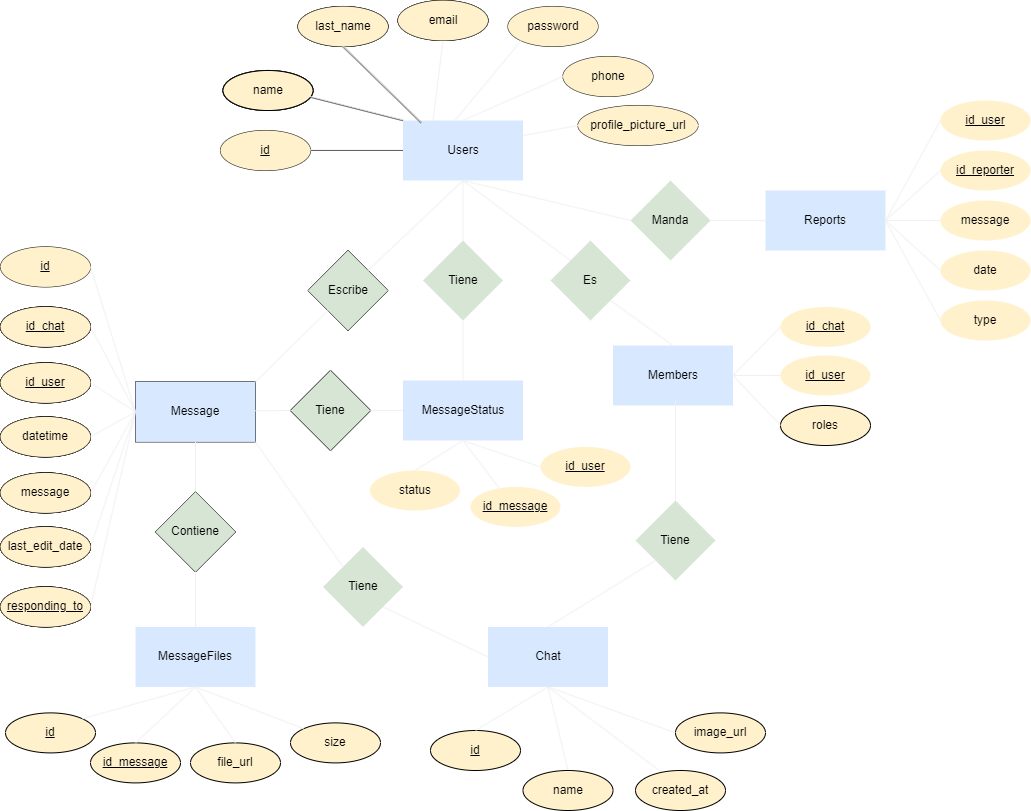
benjahuenchunir/React_Madrid_frontend keeps this draw.io diagram as ER-Model.png. Above is the earlier version. Source tidied: cells renumbered, new cells last; positions are measured from the earlier drawing's top-left corner, leaving out a move shared by most shapes.
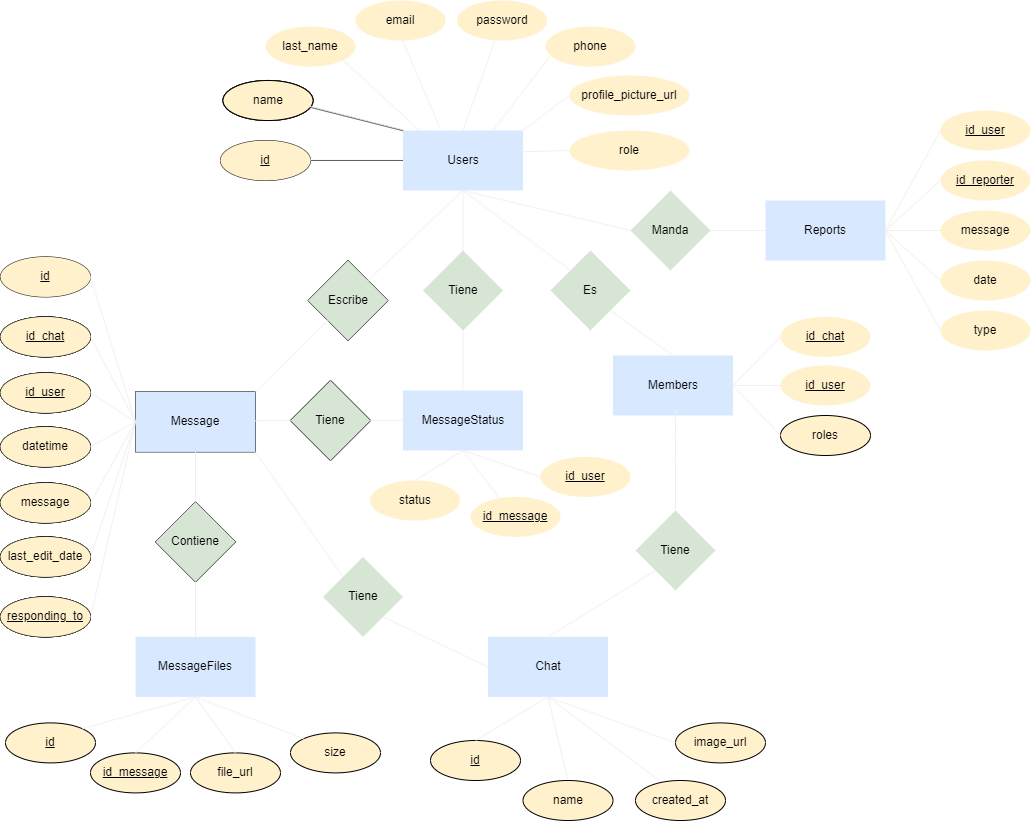
Later version of the same file.

Commit message:
Added user role

What changed in the source:
```diff
@@ -14,16 +14,7 @@
     <mxCell id="5" value="Users" style="rounded=0;whiteSpace=wrap;html=1;fontColor=#000000;fillColor=#D8E8FF;strokeColor=none;" parent="1" vertex="1">
       <mxGeometry x="402.5" y="120" width="120" height="60" as="geometry" />
     </mxCell>
-    <mxCell id="6" value="email" style="ellipse;whiteSpace=wrap;html=1;fontColor=#000000;fillColor=#D7E5D5;" parent="1" vertex="1">
-      <mxGeometry x="397.5" width="90" height="40" as="geometry" />
-    </mxCell>
-    <mxCell id="7" value="password" style="ellipse;whiteSpace=wrap;html=1;fontColor=#000000;fillColor=#D7E5D5;" parent="1" vertex="1">
-      <mxGeometry x="507.5" y="6" width="90" height="40" as="geometry" />
-    </mxCell>
-    <mxCell id="8" value="phone" style="ellipse;whiteSpace=wrap;html=1;fontColor=#000000;fillColor=#D7E5D5;" parent="1" vertex="1">
-      <mxGeometry x="562.5" y="56" width="90" height="40" as="geometry" />
-    </mxCell>
-    <mxCell id="9" style="endArrow=none;html=1;rounded=0;entryX=0.5;entryY=1;entryDx=0;entryDy=0;exitX=0.25;exitY=0;exitDx=0;exitDy=0;fontColor=#000000;strokeColor=#F0F0F0;" parent="1" edge="1" source="5" target="6">
+    <mxCell id="9" style="endArrow=none;html=1;rounded=0;entryX=0.522;entryY=0.99;entryDx=0;entryDy=0;exitX=0.312;exitY=-0.021;exitDx=0;exitDy=0;fontColor=#000000;strokeColor=#F0F0F0;entryPerimeter=0;exitPerimeter=0;" parent="1" edge="1" source="5" target="84">
       <mxGeometry relative="1" as="geometry" />
     </mxCell>
     <mxCell id="10" style="endArrow=none;html=1;rounded=0;entryX=0.944;entryY=0.65;entryDx=0;entryDy=0;exitX=0;exitY=0;exitDx=0;exitDy=0;entryPerimeter=0;fontColor=#000000;" parent="1" edge="1" source="5" target="35">
@@ -32,10 +23,10 @@
     <mxCell id="11" style="endArrow=none;html=1;rounded=0;exitX=1;exitY=0.5;exitDx=0;exitDy=0;entryX=0;entryY=0.5;entryDx=0;entryDy=0;fontColor=#000000;" parent="1" edge="1" source="81" target="5">
       <mxGeometry relative="1" as="geometry" />
     </mxCell>
-    <mxCell id="12" style="endArrow=none;html=1;rounded=0;entryX=0.5;entryY=0;entryDx=0;entryDy=0;exitX=0;exitY=0.5;exitDx=0;exitDy=0;fontColor=#000000;strokeColor=#F0F0F0;" parent="1" edge="1" source="8" target="5">
+    <mxCell id="12" style="endArrow=none;html=1;rounded=0;entryX=0.75;entryY=0;entryDx=0;entryDy=0;exitX=0.043;exitY=0.758;exitDx=0;exitDy=0;fontColor=#000000;strokeColor=#F0F0F0;exitPerimeter=0;" parent="1" edge="1" source="85" target="5">
       <mxGeometry relative="1" as="geometry" />
     </mxCell>
-    <mxCell id="13" style="endArrow=none;html=1;rounded=0;entryX=0;entryY=1;entryDx=0;entryDy=0;exitX=0.425;exitY=0.017;exitDx=0;exitDy=0;exitPerimeter=0;fontColor=#000000;strokeColor=#F0F0F0;" parent="1" edge="1" source="5" target="7">
+    <mxCell id="13" style="endArrow=none;html=1;rounded=0;exitX=0.5;exitY=0;exitDx=0;exitDy=0;fontColor=#000000;strokeColor=#F0F0F0;" parent="1" edge="1" source="5" target="86">
       <mxGeometry relative="1" as="geometry" />
     </mxCell>
     <mxCell id="14" value="Escribe" style="rhombus;whiteSpace=wrap;html=1;fontColor=#000000;fillColor=#D7E5D5;" parent="1" vertex="1">
@@ -104,16 +95,7 @@
     <mxCell id="35" value="name" style="ellipse;whiteSpace=wrap;html=1;fontColor=#000000;fillColor=#D7E5D5;" parent="1" vertex="1">
       <mxGeometry x="222.5" y="70" width="90" height="40" as="geometry" />
     </mxCell>
-    <mxCell id="36" value="last_name" style="ellipse;whiteSpace=wrap;html=1;fontColor=#000000;fillColor=#D7E5D5;" parent="1" vertex="1">
-      <mxGeometry x="297.5" y="6" width="90" height="40" as="geometry" />
-    </mxCell>
-    <mxCell id="37" style="endArrow=none;html=1;rounded=0;entryX=0.5;entryY=1;entryDx=0;entryDy=0;exitX=0.15;exitY=0.033;exitDx=0;exitDy=0;exitPerimeter=0;fontColor=#000000;" parent="1" edge="1" source="5" target="36">
-      <mxGeometry relative="1" as="geometry" />
-    </mxCell>
-    <mxCell id="38" value="profile_picture_url" style="ellipse;whiteSpace=wrap;html=1;fontColor=#000000;fillColor=#D7E5D5;" parent="1" vertex="1">
-      <mxGeometry x="577.5" y="105" width="120" height="40" as="geometry" />
-    </mxCell>
-    <mxCell id="39" style="endArrow=none;html=1;rounded=0;entryX=1;entryY=0.25;entryDx=0;entryDy=0;exitX=0;exitY=0.5;exitDx=0;exitDy=0;fontColor=#000000;strokeColor=#F0F0F0;" parent="1" edge="1" source="38" target="5">
+    <mxCell id="39" style="endArrow=none;html=1;rounded=0;entryX=1;entryY=0;entryDx=0;entryDy=0;exitX=0;exitY=0.5;exitDx=0;exitDy=0;fontColor=#000000;strokeColor=#F0F0F0;" parent="1" edge="1" source="87" target="5">
       <mxGeometry relative="1" as="geometry" />
     </mxCell>
     <mxCell id="40" style="endArrow=none;html=1;rounded=0;entryX=0;entryY=1;entryDx=0;entryDy=0;exitX=1;exitY=0;exitDx=0;exitDy=0;fontColor=#000000;strokeColor=#F0F0F0;" parent="1" edge="1" source="18" target="14">
@@ -215,12 +197,6 @@
     <mxCell id="72" value="name" style="ellipse;whiteSpace=wrap;html=1;fontColor=#000000;fillColor=#D7E5D5;" parent="1" vertex="1">
       <mxGeometry x="222.5" y="70" width="90" height="40" as="geometry" />
     </mxCell>
-    <mxCell id="73" value="last_name" style="ellipse;whiteSpace=wrap;html=1;fontColor=#000000;fillColor=#D7E5D5;" parent="1" vertex="1">
-      <mxGeometry x="297.5" y="6" width="90" height="40" as="geometry" />
-    </mxCell>
-    <mxCell id="74" value="email" style="ellipse;whiteSpace=wrap;html=1;fontColor=#000000;fillColor=#D7E5D5;" parent="1" vertex="1">
-      <mxGeometry x="397.5" width="90" height="40" as="geometry" />
-    </mxCell>
     <mxCell id="75" value="&lt;u&gt;id_user&lt;/u&gt;" style="ellipse;whiteSpace=wrap;html=1;fontColor=#000000;fillColor=#FFF1CB;" parent="1" vertex="1">
       <mxGeometry y="362.4" width="90" height="40" as="geometry" />
     </mxCell>
@@ -246,19 +222,19 @@
       <mxGeometry x="222.5" y="70" width="90" height="40" as="geometry" />
     </mxCell>
     <mxCell id="83" value="last_name" style="ellipse;whiteSpace=wrap;html=1;fontColor=#000000;fillColor=#FFF1CB;strokeColor=none;" parent="1" vertex="1">
-      <mxGeometry x="297.5" y="6" width="90" height="40" as="geometry" />
+      <mxGeometry x="265" y="16" width="90" height="40" as="geometry" />
     </mxCell>
     <mxCell id="84" value="email" style="ellipse;whiteSpace=wrap;html=1;fontColor=#000000;fillColor=#FFF1CB;strokeColor=none;" parent="1" vertex="1">
-      <mxGeometry x="397.5" width="90" height="40" as="geometry" />
+      <mxGeometry x="355" y="-10" width="90" height="40" as="geometry" />
     </mxCell>
     <mxCell id="85" value="phone" style="ellipse;whiteSpace=wrap;html=1;fontColor=#000000;fillColor=#FFF1CB;strokeColor=none;" parent="1" vertex="1">
-      <mxGeometry x="562.5" y="56" width="90" height="40" as="geometry" />
+      <mxGeometry x="545" y="16" width="90" height="40" as="geometry" />
     </mxCell>
     <mxCell id="86" value="password" style="ellipse;whiteSpace=wrap;html=1;fontColor=#000000;fillColor=#FFF1CB;strokeColor=none;" parent="1" vertex="1">
-      <mxGeometry x="507.5" y="6" width="90" height="40" as="geometry" />
+      <mxGeometry x="456.5" y="-10" width="90" height="40" as="geometry" />
     </mxCell>
     <mxCell id="87" value="profile_picture_url" style="ellipse;whiteSpace=wrap;html=1;fontColor=#000000;fillColor=#FFF1CB;strokeColor=none;" parent="1" vertex="1">
-      <mxGeometry x="577.5" y="105" width="120" height="40" as="geometry" />
+      <mxGeometry x="569" y="65" width="120" height="40" as="geometry" />
     </mxCell>
     <mxCell id="88" value="&lt;u&gt;id_chat&lt;/u&gt;" style="ellipse;whiteSpace=wrap;html=1;fontColor=#000000;fillColor=#FFF1CB;strokeColor=none;" parent="1" vertex="1">
       <mxGeometry x="780" y="306.4" width="90" height="40" as="geometry" />
@@ -452,11 +428,16 @@
         <mxPoint x="307.5" y="95.4" as="targetPoint" />
       </mxGeometry>
     </mxCell>
-    <mxCell id="150" style="endArrow=none;html=1;rounded=0;entryX=0.5;entryY=1;entryDx=0;entryDy=0;exitX=0.15;exitY=0.033;exitDx=0;exitDy=0;exitPerimeter=0;fontColor=#000000;strokeColor=#F0F0F0;" parent="1" edge="1">
+    <mxCell id="150" style="endArrow=none;html=1;rounded=0;entryX=1;entryY=1;entryDx=0;entryDy=0;exitX=0.15;exitY=0.033;exitDx=0;exitDy=0;exitPerimeter=0;fontColor=#000000;strokeColor=#F0F0F0;" parent="1" edge="1" target="83">
       <mxGeometry relative="1" as="geometry">
         <mxPoint x="420.5" y="121.4" as="sourcePoint" />
-        <mxPoint x="342.5" y="45.4" as="targetPoint" />
       </mxGeometry>
     </mxCell>
+    <mxCell id="151" style="endArrow=none;html=1;rounded=0;entryX=0.997;entryY=0.353;entryDx=0;entryDy=0;fontColor=#000000;strokeColor=#F0F0F0;exitX=0;exitY=0.5;exitDx=0;exitDy=0;entryPerimeter=0;" parent="1" edge="1" source="152" target="5">
+      <mxGeometry relative="1" as="geometry" />
+    </mxCell>
+    <mxCell id="152" value="role" style="ellipse;whiteSpace=wrap;html=1;fontColor=#000000;fillColor=#FFF1CB;strokeColor=none;" parent="1" vertex="1">
+      <mxGeometry x="569" y="120" width="120" height="40" as="geometry" />
+    </mxCell>
   </root>
 </mxGraphModel>
```
